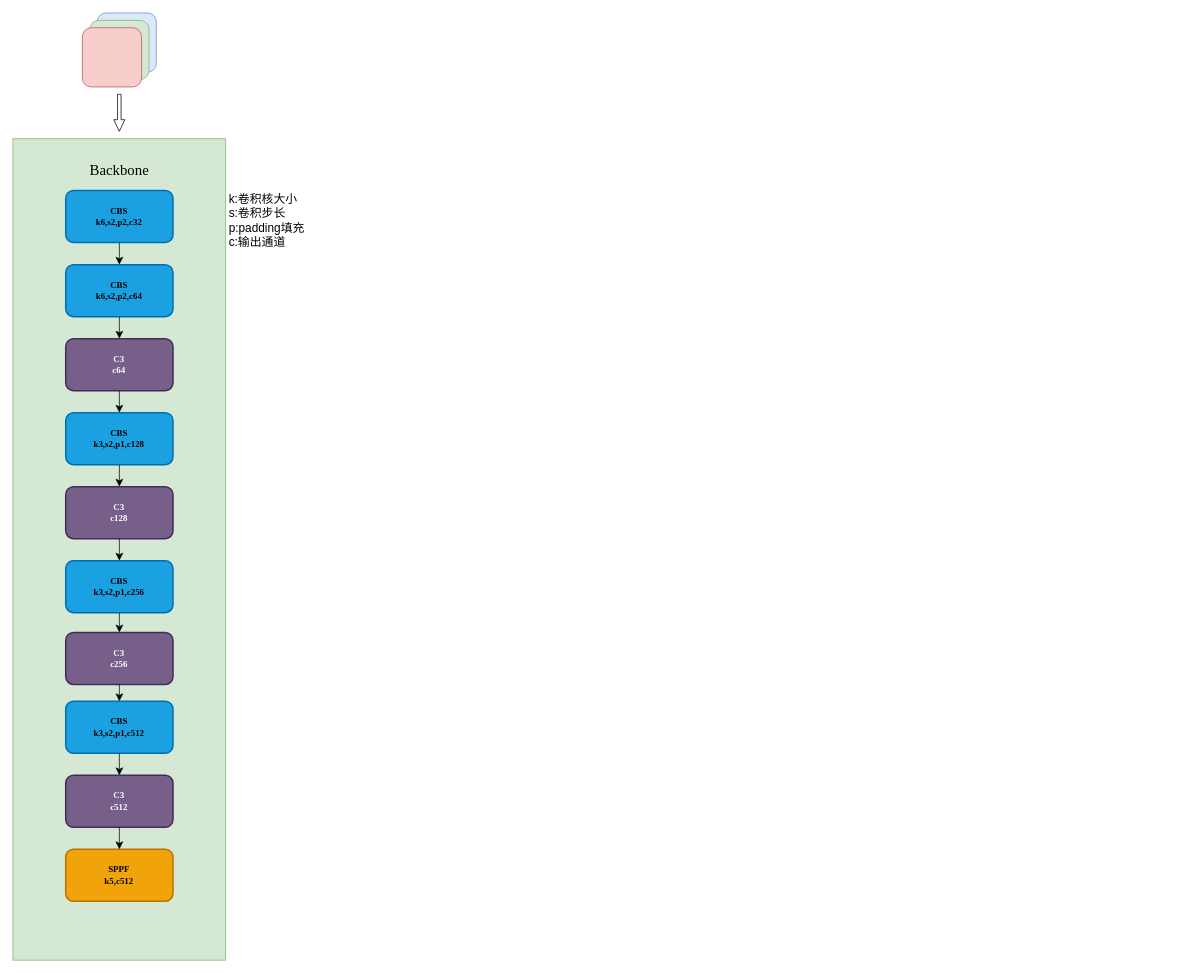
Earlier version of the draw.io diagram 未命名绘图.drawio (qiang1028/blog). Source tidied: cells renumbered, new cells numbered last; positions are measured from the earlier drawing's top-left corner, leaving out a move shared by most shapes. Both pictures are drawn from the tidied source at 74%, with x=0, y=0 at pixel (13, 13).
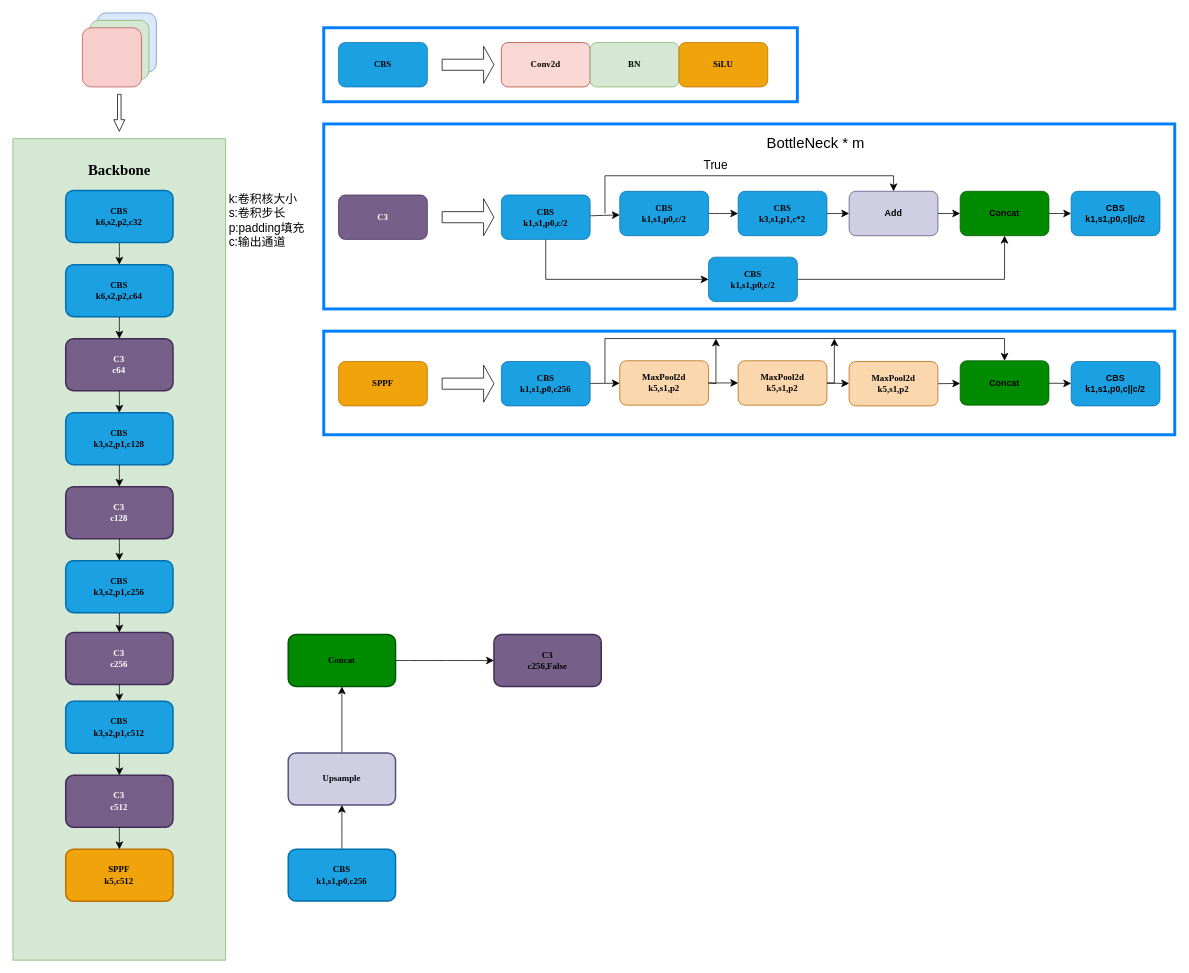
After the change.

Commit message:
YOLOV5网络结构图.drawio

The change refers to these unchanged cells:
```xml
<mxCell id="5" style="group;rounded=0;glass=0;shadow=0;perimeterSpacing=4;strokeColor=#82b366;fillColor=#d5e8d4;labelPadding=20;" parent="1" vertex="1">
  <mxGeometry y="170" width="287.5" height="1110" as="geometry" />
</mxCell>
```

Change to the diagram source:
```diff
@@
-    <mxCell id="6" value="Backbone" style="text;strokeColor=none;fillColor=none;html=1;align=center;verticalAlign=middle;whiteSpace=wrap;rounded=0;fontSize=20;fontFamily=Times New Roman;" parent="5" vertex="1">
+    <mxCell id="6" value="Backbone" style="text;strokeColor=none;fillColor=none;html=1;align=center;verticalAlign=middle;whiteSpace=wrap;rounded=0;fontSize=20;fontFamily=Times New Roman;fontStyle=1;" parent="5" vertex="1">
       <mxGeometry x="113.8" y="28" width="60" height="28" as="geometry" />
     </mxCell>
@@
+    <mxCell id="28" style="group;flipV=0;flipH=0;strokeColor=#007FFF;strokeWidth=4;spacingTop=10;spacingLeft=10;spacingBottom=10;spacingRight=10;fontFamily=Times New Roman;" parent="1" vertex="1">
+      <mxGeometry x="420" y="20" width="640" height="100" as="geometry" />
+    </mxCell>
+    <mxCell id="29" value="&lt;b&gt;&lt;font face=&quot;Times New Roman&quot;&gt;CBS&lt;/font&gt;&lt;/b&gt;" style="rounded=1;whiteSpace=wrap;html=1;fillColor=#1ba1e2;fontColor=#000000;strokeColor=#006EAF;" parent="28" vertex="1">
+      <mxGeometry x="20" y="20" width="120" height="60" as="geometry" />
+    </mxCell>
+    <mxCell id="30" value="&lt;b&gt;&lt;font face=&quot;Times New Roman&quot;&gt;Conv2d&lt;/font&gt;&lt;/b&gt;" style="rounded=1;whiteSpace=wrap;html=1;fillColor=#fad9d5;strokeColor=#ae4132;" parent="28" vertex="1">
+      <mxGeometry x="240" y="20" width="120" height="60" as="geometry" />
+    </mxCell>
+    <mxCell id="31" value="&lt;font face=&quot;Times New Roman&quot;&gt;&lt;b&gt;BN&lt;/b&gt;&lt;/font&gt;" style="rounded=1;whiteSpace=wrap;html=1;fillColor=#d5e8d4;strokeColor=#82b366;" parent="28" vertex="1">
+      <mxGeometry x="360" y="20" width="120" height="60" as="geometry" />
+    </mxCell>
+    <mxCell id="32" value="&lt;font face=&quot;Times New Roman&quot;&gt;&lt;b&gt;SiLU&lt;/b&gt;&lt;/font&gt;" style="rounded=1;whiteSpace=wrap;html=1;fillColor=#f0a30a;fontColor=#000000;strokeColor=#BD7000;" parent="28" vertex="1">
+      <mxGeometry x="480" y="20" width="120" height="60" as="geometry" />
+    </mxCell>
+    <mxCell id="33" style="shape=singleArrow;whiteSpace=wrap;html=1;" parent="28" vertex="1">
+      <mxGeometry x="160" y="25" width="70" height="50" as="geometry" />
+    </mxCell>
+    <mxCell id="34" style="group;flipV=0;flipH=0;strokeColor=#007FFF;strokeWidth=4;spacingTop=10;spacingLeft=10;spacingBottom=10;spacingRight=10;fontFamily=Times New Roman;fontSize=18;" parent="1" vertex="1">
+      <mxGeometry x="420" y="150" width="1150" height="250" as="geometry" />
+    </mxCell>
+    <mxCell id="35" value="&lt;b&gt;&lt;font face=&quot;Times New Roman&quot;&gt;C3&lt;/font&gt;&lt;/b&gt;" style="rounded=1;whiteSpace=wrap;html=1;fillColor=#76608a;fontColor=#ffffff;strokeColor=#432D57;" parent="34" vertex="1">
+      <mxGeometry x="20" y="96" width="120" height="60" as="geometry" />
+    </mxCell>
+    <mxCell id="36" style="edgeStyle=none;curved=0;rounded=0;jettySize=auto;html=1;exitX=0.5;exitY=1;exitDx=0;exitDy=0;entryX=0;entryY=0.5;entryDx=0;entryDy=0;fontSize=12;startSize=8;endSize=8;" parent="34" edge="1" source="37" target="50">
+      <mxGeometry relative="1" as="geometry">
+        <Array as="points">
+          <mxPoint x="300" y="210" />
+        </Array>
+      </mxGeometry>
+    </mxCell>
+    <mxCell id="37" value="&lt;span&gt;&lt;font face=&quot;Times New Roman&quot;&gt;CBS&lt;/font&gt;&lt;/span&gt;&lt;div&gt;&lt;span&gt;&lt;font face=&quot;Times New Roman&quot;&gt;k1,s1,p0,c/2&lt;/font&gt;&lt;/span&gt;&lt;/div&gt;" style="rounded=1;whiteSpace=wrap;html=1;fillColor=#1ba1e2;strokeColor=#006EAF;fontColor=#000000;fontStyle=1;" parent="34" vertex="1">
+      <mxGeometry x="240" y="96" width="120" height="60" as="geometry" />
+    </mxCell>
+    <mxCell id="38" style="shape=singleArrow;whiteSpace=wrap;html=1;" parent="34" vertex="1">
+      <mxGeometry x="160" y="101" width="70" height="50" as="geometry" />
+    </mxCell>
+    <mxCell id="39" value="&lt;span&gt;&lt;font face=&quot;Times New Roman&quot;&gt;CBS&lt;/font&gt;&lt;/span&gt;&lt;div&gt;&lt;span&gt;&lt;font face=&quot;Times New Roman&quot;&gt;k1,s1,p0,c/2&lt;/font&gt;&lt;/span&gt;&lt;/div&gt;" style="rounded=1;whiteSpace=wrap;html=1;fillColor=#1ba1e2;strokeColor=#006EAF;fontColor=#000000;fontStyle=1;" parent="34" vertex="1">
+      <mxGeometry x="400" y="91" width="120" height="60" as="geometry" />
+    </mxCell>
+    <mxCell id="40" style="edgeStyle=none;curved=1;rounded=0;jettySize=auto;html=1;fontSize=12;startSize=8;endSize=8;" parent="34" edge="1" source="37" target="39">
+      <mxGeometry relative="1" as="geometry" />
+    </mxCell>
+    <mxCell id="41" value="&lt;span&gt;&lt;font face=&quot;Times New Roman&quot;&gt;CBS&lt;/font&gt;&lt;/span&gt;&lt;div&gt;&lt;span&gt;&lt;font face=&quot;Times New Roman&quot;&gt;k3,s1,p1,c*2&lt;/font&gt;&lt;/span&gt;&lt;/div&gt;" style="rounded=1;whiteSpace=wrap;html=1;fillColor=#1ba1e2;strokeColor=#006EAF;fontColor=#000000;fontStyle=1;" parent="34" vertex="1">
+      <mxGeometry x="560" y="91" width="120" height="60" as="geometry" />
+    </mxCell>
+    <mxCell id="42" style="edgeStyle=none;curved=1;rounded=0;jettySize=auto;html=1;fontSize=12;startSize=8;endSize=8;" parent="34" edge="1" source="39" target="41">
+      <mxGeometry relative="1" as="geometry" />
+    </mxCell>
+    <mxCell id="43" value="&lt;span&gt;&lt;font style=&quot;color: rgb(0, 0, 0);&quot;&gt;Add&lt;/font&gt;&lt;/span&gt;" style="whiteSpace=wrap;html=1;fillColor=#d0cee2;strokeColor=#56517e;rounded=1;fontStyle=1;" parent="34" vertex="1">
+      <mxGeometry x="710" y="91" width="120" height="60" as="geometry" />
+    </mxCell>
+    <mxCell id="44" style="edgeStyle=none;curved=1;rounded=0;jettySize=auto;html=1;fontSize=12;startSize=8;endSize=8;" parent="34" edge="1" source="41" target="43">
+      <mxGeometry relative="1" as="geometry" />
+    </mxCell>
+    <mxCell id="45" value="Concat" style="whiteSpace=wrap;html=1;fillColor=#008a00;strokeColor=#005700;fontColor=#000000;rounded=1;fontStyle=1;" parent="34" vertex="1">
+      <mxGeometry x="860" y="91" width="120" height="60" as="geometry" />
+    </mxCell>
+    <mxCell id="46" style="edgeStyle=none;curved=1;rounded=0;jettySize=auto;html=1;fontSize=12;startSize=8;endSize=8;" parent="34" edge="1" source="43" target="45">
+      <mxGeometry relative="1" as="geometry" />
+    </mxCell>
+    <mxCell id="47" value="CBS&lt;div&gt;k1,s1,p0,c||c/2&lt;/div&gt;" style="whiteSpace=wrap;html=1;fillColor=#1ba1e2;strokeColor=#006EAF;fontColor=#000000;rounded=1;fontStyle=1;" parent="34" vertex="1">
+      <mxGeometry x="1010" y="91" width="120" height="60" as="geometry" />
+    </mxCell>
+    <mxCell id="48" style="edgeStyle=none;curved=1;rounded=0;jettySize=auto;html=1;fontSize=12;startSize=8;endSize=8;" parent="34" edge="1" source="45" target="47">
+      <mxGeometry relative="1" as="geometry" />
+    </mxCell>
+    <mxCell id="49" style="edgeStyle=none;curved=0;rounded=0;jettySize=auto;html=1;exitX=1;exitY=0.5;exitDx=0;exitDy=0;entryX=0.5;entryY=1;entryDx=0;entryDy=0;fontSize=12;startSize=8;endSize=8;" parent="34" edge="1" source="50" target="45">
+      <mxGeometry relative="1" as="geometry">
+        <Array as="points">
+          <mxPoint x="920" y="210" />
+        </Array>
+      </mxGeometry>
+    </mxCell>
+    <mxCell id="50" value="&lt;span&gt;&lt;font face=&quot;Times New Roman&quot;&gt;CBS&lt;/font&gt;&lt;/span&gt;&lt;div&gt;&lt;span&gt;&lt;font face=&quot;Times New Roman&quot;&gt;k1,s1,p0,c/2&lt;/font&gt;&lt;/span&gt;&lt;/div&gt;" style="rounded=1;whiteSpace=wrap;html=1;fillColor=#1ba1e2;strokeColor=#006EAF;fontColor=#000000;fontStyle=1;" parent="34" vertex="1">
+      <mxGeometry x="520" y="180" width="120" height="60" as="geometry" />
+    </mxCell>
+    <mxCell id="51" style="endArrow=classic;html=1;rounded=0;fontSize=12;startSize=8;endSize=8;curved=0;entryX=0.5;entryY=0;entryDx=0;entryDy=0;" parent="34" edge="1" target="43">
+      <mxGeometry relative="1" as="geometry">
+        <mxPoint x="380" y="121" as="sourcePoint" />
+        <Array as="points">
+          <mxPoint x="380" y="70" />
+          <mxPoint x="770" y="70" />
+        </Array>
+      </mxGeometry>
+    </mxCell>
+    <mxCell id="52" value="True" style="text;strokeColor=none;fillColor=none;html=1;align=center;verticalAlign=middle;whiteSpace=wrap;rounded=0;fontSize=16;" parent="34" vertex="1">
+      <mxGeometry x="500" y="40" width="60" height="30" as="geometry" />
+    </mxCell>
+    <mxCell id="53" value="BottleNeck * m" style="text;strokeColor=none;fillColor=none;html=1;align=center;verticalAlign=middle;whiteSpace=wrap;rounded=0;fontSize=20;" parent="34" vertex="1">
+      <mxGeometry x="570" y="10" width="190" height="30" as="geometry" />
+    </mxCell>
+    <mxCell id="54" style="group;flipV=0;flipH=0;strokeColor=#007FFF;strokeWidth=4;spacingTop=10;spacingLeft=10;spacingBottom=10;spacingRight=10;fontFamily=Times New Roman;fontSize=18;" parent="1" vertex="1">
+      <mxGeometry x="420" y="430" width="1150" height="140" as="geometry" />
+    </mxCell>
+    <mxCell id="55" value="&lt;font face=&quot;Times New Roman&quot;&gt;&lt;b&gt;SPPF&lt;/b&gt;&lt;/font&gt;" style="rounded=1;whiteSpace=wrap;html=1;fillColor=#f0a30a;strokeColor=#BD7000;fontColor=#000000;" parent="54" vertex="1">
+      <mxGeometry x="20" y="41" width="120" height="60" as="geometry" />
+    </mxCell>
+    <mxCell id="56" value="&lt;span&gt;&lt;font face=&quot;Times New Roman&quot;&gt;CBS&lt;/font&gt;&lt;/span&gt;&lt;div&gt;&lt;span&gt;&lt;font face=&quot;Times New Roman&quot;&gt;k1,s1,p0,c256&lt;/font&gt;&lt;/span&gt;&lt;/div&gt;" style="rounded=1;whiteSpace=wrap;html=1;fillColor=#1ba1e2;strokeColor=#006EAF;fontColor=#000000;fontStyle=1;" parent="54" vertex="1">
+      <mxGeometry x="240" y="41" width="120" height="60" as="geometry" />
+    </mxCell>
+    <mxCell id="57" style="shape=singleArrow;whiteSpace=wrap;html=1;" parent="54" vertex="1">
+      <mxGeometry x="160" y="46" width="70" height="50" as="geometry" />
+    </mxCell>
+    <mxCell id="58" value="Concat" style="whiteSpace=wrap;html=1;fillColor=#008a00;strokeColor=#005700;fontColor=#000000;rounded=1;fontStyle=1;" parent="54" vertex="1">
+      <mxGeometry x="860" y="40" width="120" height="60" as="geometry" />
+    </mxCell>
+    <mxCell id="59" value="CBS&lt;div&gt;k1,s1,p0,c||c/2&lt;/div&gt;" style="whiteSpace=wrap;html=1;fillColor=#1ba1e2;strokeColor=#006EAF;fontColor=#000000;rounded=1;fontStyle=1;" parent="54" vertex="1">
+      <mxGeometry x="1010" y="41" width="120" height="60" as="geometry" />
+    </mxCell>
+    <mxCell id="60" style="edgeStyle=none;curved=1;rounded=0;jettySize=auto;html=1;fontSize=12;startSize=8;endSize=8;" parent="54" edge="1" source="58" target="59">
+      <mxGeometry relative="1" as="geometry" />
+    </mxCell>
+    <mxCell id="61" value="&lt;font face=&quot;Times New Roman&quot;&gt;MaxPool2d&lt;/font&gt;&lt;br&gt;&lt;div&gt;&lt;span&gt;&lt;font face=&quot;Times New Roman&quot;&gt;k5,s1,p2&lt;/font&gt;&lt;/span&gt;&lt;/div&gt;" style="rounded=1;whiteSpace=wrap;html=1;fillColor=#fad7ac;strokeColor=#b46504;fontStyle=1;" parent="54" vertex="1">
+      <mxGeometry x="400" y="40" width="120" height="60" as="geometry" />
+    </mxCell>
+    <mxCell id="62" style="edgeStyle=none;curved=1;rounded=0;jettySize=auto;html=1;fontSize=12;startSize=8;endSize=8;" parent="54" edge="1" source="56" target="61">
+      <mxGeometry relative="1" as="geometry" />
+    </mxCell>
+    <mxCell id="63" value="&lt;font face=&quot;Times New Roman&quot;&gt;MaxPool2d&lt;/font&gt;&lt;br&gt;&lt;div&gt;&lt;span&gt;&lt;font face=&quot;Times New Roman&quot;&gt;k5,s1,p2&lt;/font&gt;&lt;/span&gt;&lt;/div&gt;" style="rounded=1;whiteSpace=wrap;html=1;fillColor=#fad7ac;strokeColor=#b46504;fontStyle=1;" parent="54" vertex="1">
+      <mxGeometry x="560" y="40" width="120" height="60" as="geometry" />
+    </mxCell>
+    <mxCell id="64" style="edgeStyle=none;curved=1;rounded=0;jettySize=auto;html=1;fontSize=12;startSize=8;endSize=8;" parent="54" edge="1" source="61" target="63">
+      <mxGeometry relative="1" as="geometry" />
+    </mxCell>
+    <mxCell id="65" style="edgeStyle=none;curved=1;rounded=0;jettySize=auto;html=1;exitX=1;exitY=0.5;exitDx=0;exitDy=0;fontSize=12;startSize=8;endSize=8;" parent="54" edge="1" source="66" target="58">
+      <mxGeometry relative="1" as="geometry" />
+    </mxCell>
+    <mxCell id="66" value="&lt;font face=&quot;Times New Roman&quot;&gt;MaxPool2d&lt;/font&gt;&lt;br&gt;&lt;div&gt;&lt;span&gt;&lt;font face=&quot;Times New Roman&quot;&gt;k5,s1,p2&lt;/font&gt;&lt;/span&gt;&lt;/div&gt;" style="rounded=1;whiteSpace=wrap;html=1;fillColor=#fad7ac;strokeColor=#b46504;fontStyle=1;" parent="54" vertex="1">
+      <mxGeometry x="710" y="41" width="120" height="60" as="geometry" />
+    </mxCell>
+    <mxCell id="67" style="edgeStyle=none;curved=1;rounded=0;jettySize=auto;html=1;fontSize=12;startSize=8;endSize=8;" parent="54" edge="1" source="63" target="66">
+      <mxGeometry relative="1" as="geometry" />
+    </mxCell>
+    <mxCell id="68" style="endArrow=classic;html=1;rounded=0;fontSize=12;startSize=8;endSize=8;curved=0;entryX=0.5;entryY=0;entryDx=0;entryDy=0;" parent="54" edge="1" target="58">
+      <mxGeometry relative="1" as="geometry">
+        <mxPoint x="380" y="70" as="sourcePoint" />
+        <Array as="points">
+          <mxPoint x="380" y="10" />
+          <mxPoint x="920" y="10" />
+        </Array>
+      </mxGeometry>
+    </mxCell>
+    <mxCell id="69" style="endArrow=classic;html=1;rounded=0;fontSize=12;startSize=8;endSize=8;curved=0;exitX=1;exitY=0.5;exitDx=0;exitDy=0;" parent="1" edge="1" source="61">
+      <mxGeometry relative="1" as="geometry">
+        <mxPoint x="950" y="440" as="targetPoint" />
+        <Array as="points">
+          <mxPoint x="950" y="501" />
+        </Array>
+      </mxGeometry>
+    </mxCell>
+    <mxCell id="70" style="endArrow=classic;html=1;rounded=0;fontSize=12;startSize=8;endSize=8;curved=0;exitX=1;exitY=0.5;exitDx=0;exitDy=0;" parent="1" edge="1" source="63">
+      <mxGeometry relative="1" as="geometry">
+        <mxPoint x="1110" y="440" as="targetPoint" />
+        <Array as="points">
+          <mxPoint x="1110" y="500" />
+        </Array>
+      </mxGeometry>
+    </mxCell>
+    <mxCell id="71" style="edgeStyle=none;curved=1;rounded=0;jettySize=auto;html=1;fontSize=12;startSize=8;endSize=8;" parent="1" edge="1" source="72" target="74">
+      <mxGeometry relative="1" as="geometry" />
+    </mxCell>
+    <mxCell id="72" value="&lt;font&gt;&lt;b&gt;CBS&lt;br&gt;k1,s1,p0,c256&lt;/b&gt;&lt;/font&gt;" style="rounded=1;whiteSpace=wrap;html=1;fillColor=#1ba1e2;strokeColor=#006EAF;strokeWidth=2;fontColor=#000000;fontFamily=Times New Roman;" parent="1" vertex="1">
+      <mxGeometry x="372" y="1130" width="145" height="70.2" as="geometry" />
+    </mxCell>
+    <mxCell id="73" style="edgeStyle=none;curved=1;rounded=0;jettySize=auto;html=1;fontSize=12;startSize=8;endSize=8;" parent="1" edge="1" source="74" target="75">
+      <mxGeometry relative="1" as="geometry" />
+    </mxCell>
+    <mxCell id="74" value="&lt;b&gt;Upsample&lt;/b&gt;" style="rounded=1;whiteSpace=wrap;html=1;fillColor=#d0cee2;strokeColor=#56517e;strokeWidth=2;fontFamily=Times New Roman;" parent="1" vertex="1">
+      <mxGeometry x="372" y="1000" width="145" height="70.2" as="geometry" />
+    </mxCell>
+    <mxCell id="75" value="&lt;b&gt;Concat&lt;/b&gt;" style="rounded=1;whiteSpace=wrap;html=1;fillColor=#008a00;strokeColor=#005700;strokeWidth=2;fontFamily=Times New Roman;fontColor=#000000;" parent="1" vertex="1">
+      <mxGeometry x="372" y="840" width="145" height="70.2" as="geometry" />
+    </mxCell>
+    <mxCell id="76" value="&lt;font&gt;&lt;b&gt;C3&lt;br&gt;c256,False&lt;/b&gt;&lt;/font&gt;" style="rounded=1;whiteSpace=wrap;html=1;fillColor=#76608a;strokeColor=#432D57;strokeWidth=2;fontColor=#000000;fontFamily=Times New Roman;" parent="1" vertex="1">
+      <mxGeometry x="650" y="840" width="145" height="70.2" as="geometry" />
+    </mxCell>
+    <mxCell id="77" style="endArrow=classic;html=1;rounded=0;fontSize=12;startSize=8;endSize=8;curved=1;exitX=1;exitY=0.5;exitDx=0;exitDy=0;entryX=0;entryY=0.5;entryDx=0;entryDy=0;" parent="1" edge="1" source="75" target="76">
+      <mxGeometry relative="1" as="geometry" />
+    </mxCell>
```
